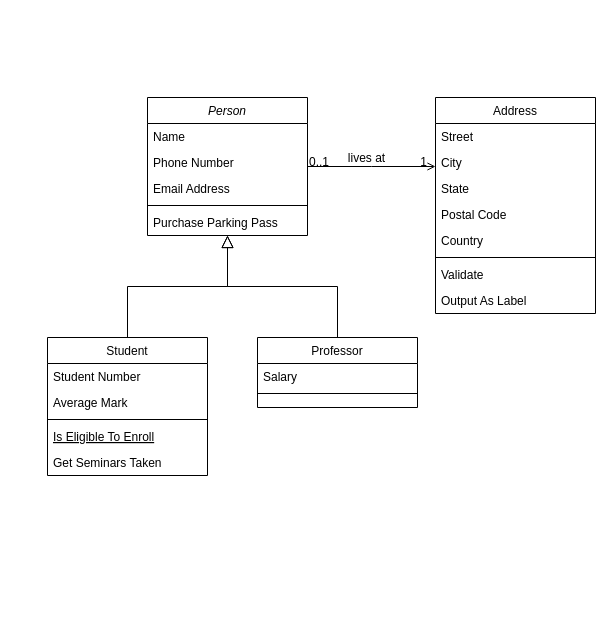
This is clas.drawio from AhmedGuetti/Sky, a draw.io file, before an edit. Source tidied: cells renumbered, new cells numbered last; positions are measured from the earlier drawing's top-left corner, leaving out a move shared by most shapes. Both pictures are drawn from the tidied source at 100%, with x=0, y=0 at pixel (47, 97).
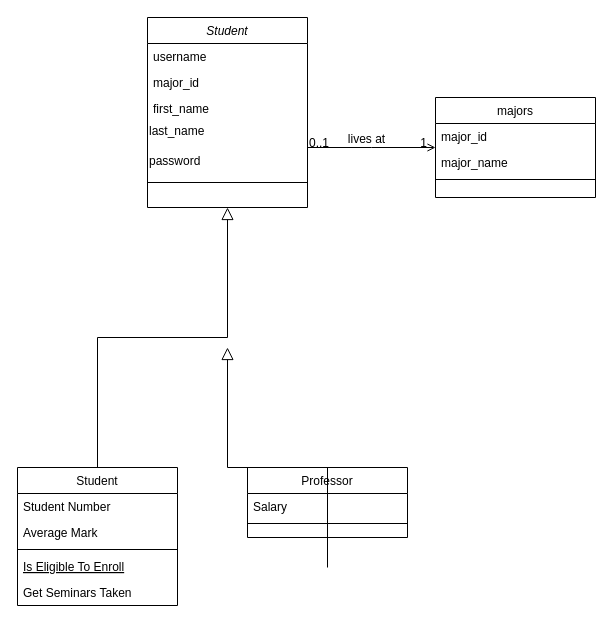
The same diagram, later.

Diff of the diagram source:
```diff
@@
-    <mxCell id="2" value="Person" style="swimlane;fontStyle=2;align=center;verticalAlign=top;horizontal=1;startSize=26;rounded=0;shadow=0;strokeWidth=1;" parent="1" vertex="1">
-      <mxGeometry x="100" width="160" height="138" as="geometry" />
+    <mxCell id="2" value="Student" style="swimlane;fontStyle=2;align=center;verticalAlign=top;horizontal=1;startSize=26;rounded=0;shadow=0;strokeWidth=1;" parent="1" vertex="1">
+      <mxGeometry x="100" y="-80" width="160" height="190" as="geometry" />
     </mxCell>
-    <mxCell id="3" value="Name" style="text;align=left;verticalAlign=top;spacingLeft=4;spacingRight=4;overflow=hidden;" parent="2" vertex="1">
+    <mxCell id="3" value="username" style="text;align=left;verticalAlign=top;spacingLeft=4;spacingRight=4;overflow=hidden;" parent="2" vertex="1">
       <mxGeometry y="26" width="160" height="26" as="geometry" />
     </mxCell>
-    <mxCell id="4" value="Phone Number" style="text;align=left;verticalAlign=top;spacingLeft=4;spacingRight=4;overflow=hidden;rounded=0;shadow=0;html=0;" parent="2" vertex="1">
+    <mxCell id="4" value="major_id" style="text;align=left;verticalAlign=top;spacingLeft=4;spacingRight=4;overflow=hidden;rounded=0;shadow=0;html=0;" parent="2" vertex="1">
       <mxGeometry y="52" width="160" height="26" as="geometry" />
     </mxCell>
-    <mxCell id="5" value="Email Address" style="text;align=left;verticalAlign=top;spacingLeft=4;spacingRight=4;overflow=hidden;rounded=0;shadow=0;html=0;" parent="2" vertex="1">
-      <mxGeometry y="78" width="160" height="26" as="geometry" />
+    <mxCell id="5" value="first_name" style="text;align=left;verticalAlign=top;spacingLeft=4;spacingRight=4;overflow=hidden;rounded=0;shadow=0;html=0;" parent="2" vertex="1">
+      <mxGeometry y="78" width="160" height="22" as="geometry" />
     </mxCell>
+    <mxCell id="32" value="last_name" style="text;align=left;verticalAlign=top;strokeColor=none;fillColor=none;" parent="2" vertex="1">
+      <mxGeometry y="100" width="160" height="30" as="geometry" />
+    </mxCell>
+    <mxCell id="33" value="password" style="text;align=left;verticalAlign=top;strokeColor=none;fillColor=none;" parent="2" vertex="1">
+      <mxGeometry y="130" width="160" height="30" as="geometry" />
+    </mxCell>
     <mxCell id="6" style="line;html=1;strokeWidth=1;align=left;verticalAlign=middle;spacingTop=-1;spacingLeft=3;spacingRight=3;labelPosition=right;" parent="2" vertex="1">
-      <mxGeometry y="104" width="160" height="8" as="geometry" />
+      <mxGeometry y="160" width="160" height="10" as="geometry" />
     </mxCell>
-    <mxCell id="7" value="Purchase Parking Pass" style="text;align=left;verticalAlign=top;spacingLeft=4;spacingRight=4;overflow=hidden;" parent="2" vertex="1">
-      <mxGeometry y="112" width="160" height="26" as="geometry" />
-    </mxCell>
     <mxCell id="8" value="Student" style="swimlane;fontStyle=0;align=center;verticalAlign=top;horizontal=1;startSize=26;rounded=0;shadow=0;strokeWidth=1;" parent="1" vertex="1">
-      <mxGeometry y="240" width="160" height="138" as="geometry" />
+      <mxGeometry x="-30" y="370" width="160" height="138" as="geometry" />
     </mxCell>
@@
     <mxCell id="15" value="Professor" style="swimlane;fontStyle=0;align=center;verticalAlign=top;horizontal=1;startSize=26;rounded=0;shadow=0;strokeWidth=1;" parent="1" vertex="1">
-      <mxGeometry x="210" y="240" width="160" height="70" as="geometry" />
+      <mxGeometry x="200" y="370" width="160" height="70" as="geometry" />
     </mxCell>
@@
-    <mxCell id="18" style="endArrow=block;endSize=10;endFill=0;shadow=0;strokeWidth=1;rounded=0;edgeStyle=elbowEdgeStyle;elbow=vertical;" parent="1" edge="1" source="15" target="2">
-      <mxGeometry relative="1" as="geometry" />
+    <mxCell id="18" style="endArrow=block;endSize=10;endFill=0;shadow=0;strokeWidth=1;rounded=0;edgeStyle=elbowEdgeStyle;elbow=vertical;" parent="1" edge="1">
+      <mxGeometry relative="1" as="geometry">
+        <mxPoint x="280" y="470" as="sourcePoint" />
+        <mxPoint x="180" y="250" as="targetPoint" />
+        <Array as="points">
+          <mxPoint x="190" y="370" />
+        </Array>
+      </mxGeometry>
     </mxCell>
-    <mxCell id="19" value="Address" style="swimlane;fontStyle=0;align=center;verticalAlign=top;horizontal=1;startSize=26;rounded=0;shadow=0;strokeWidth=1;" parent="1" vertex="1">
-      <mxGeometry x="388" width="160" height="216" as="geometry" />
+    <mxCell id="19" value="majors" style="swimlane;fontStyle=0;align=center;verticalAlign=top;horizontal=1;startSize=26;rounded=0;shadow=0;strokeWidth=1;" parent="1" vertex="1">
+      <mxGeometry x="388" width="160" height="100" as="geometry" />
     </mxCell>
-    <mxCell id="20" value="Street" style="text;align=left;verticalAlign=top;spacingLeft=4;spacingRight=4;overflow=hidden;" parent="19" vertex="1">
+    <mxCell id="20" value="major_id" style="text;align=left;verticalAlign=top;spacingLeft=4;spacingRight=4;overflow=hidden;" parent="19" vertex="1">
       <mxGeometry y="26" width="160" height="26" as="geometry" />
     </mxCell>
-    <mxCell id="21" value="City" style="text;align=left;verticalAlign=top;spacingLeft=4;spacingRight=4;overflow=hidden;rounded=0;shadow=0;html=0;" parent="19" vertex="1">
+    <mxCell id="21" value="major_name" style="text;align=left;verticalAlign=top;spacingLeft=4;spacingRight=4;overflow=hidden;rounded=0;shadow=0;html=0;" parent="19" vertex="1">
       <mxGeometry y="52" width="160" height="26" as="geometry" />
     </mxCell>
-    <mxCell id="22" value="State" style="text;align=left;verticalAlign=top;spacingLeft=4;spacingRight=4;overflow=hidden;rounded=0;shadow=0;html=0;" parent="19" vertex="1">
-      <mxGeometry y="78" width="160" height="26" as="geometry" />
-    </mxCell>
-    <mxCell id="23" value="Postal Code" style="text;align=left;verticalAlign=top;spacingLeft=4;spacingRight=4;overflow=hidden;rounded=0;shadow=0;html=0;" parent="19" vertex="1">
-      <mxGeometry y="104" width="160" height="26" as="geometry" />
-    </mxCell>
-    <mxCell id="24" value="Country" style="text;align=left;verticalAlign=top;spacingLeft=4;spacingRight=4;overflow=hidden;rounded=0;shadow=0;html=0;" parent="19" vertex="1">
-      <mxGeometry y="130" width="160" height="26" as="geometry" />
-    </mxCell>
     <mxCell id="25" style="line;html=1;strokeWidth=1;align=left;verticalAlign=middle;spacingTop=-1;spacingLeft=3;spacingRight=3;labelPosition=right;" parent="19" vertex="1">
-      <mxGeometry y="156" width="160" height="8" as="geometry" />
+      <mxGeometry y="78" width="160" height="8" as="geometry" />
     </mxCell>
-    <mxCell id="26" value="Validate" style="text;align=left;verticalAlign=top;spacingLeft=4;spacingRight=4;overflow=hidden;" parent="19" vertex="1">
-      <mxGeometry y="164" width="160" height="26" as="geometry" />
-    </mxCell>
-    <mxCell id="27" value="Output As Label" style="text;align=left;verticalAlign=top;spacingLeft=4;spacingRight=4;overflow=hidden;" parent="19" vertex="1">
-      <mxGeometry y="190" width="160" height="26" as="geometry" />
-    </mxCell>
```
